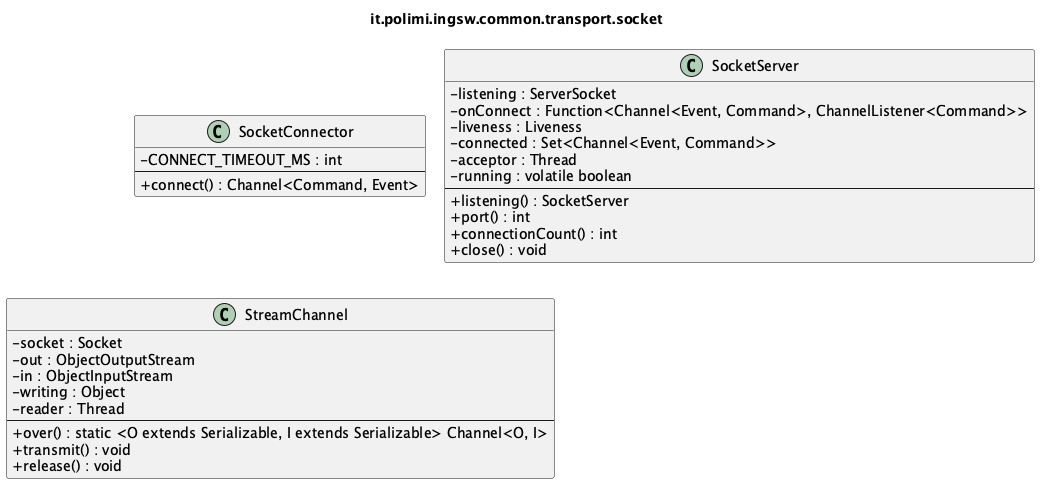
Before: docs/uml/detailed/it_polimi_ingsw_common_transport_socket.png, a diagram exported from PlantUML (samuelesegrini/ing-sw-2025-segrini-terribile-varricchio-zanca). Source of this version:
```plantuml
@startuml it_polimi_ingsw_common_transport_socket
!pragma layout smetana
skinparam shadowing false
skinparam classAttributeIconSize 0
title it.polimi.ingsw.common.transport.socket

class SocketConnector {
  -CONNECT_TIMEOUT_MS : int
  --
  +connect() : Channel<Command, Event>
}
class SocketServer {
  -listening : ServerSocket
  -onConnect : Function<Channel<Event, Command>, ChannelListener<Command>>
  -liveness : Liveness
  -connected : Set<Channel<Event, Command>>
  -acceptor : Thread
  -running : volatile boolean
  --
  +listening() : SocketServer
  +port() : int
  +connectionCount() : int
  +close() : void
}
class StreamChannel {
  -socket : Socket
  -out : ObjectOutputStream
  -in : ObjectInputStream
  -writing : Object
  -reader : Thread
  --
  +over() : static <O extends Serializable, I extends Serializable> Channel<O, I>
  +transmit() : void
  +release() : void
}

@enduml
```
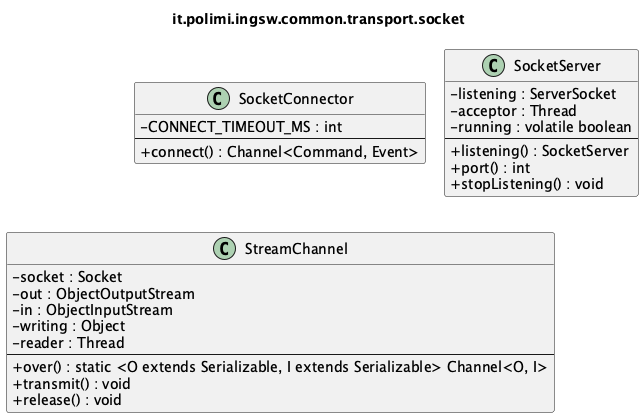
Later version of the same file.

The edit, as a diff of the source:
```diff
@@ -11,16 +11,12 @@
 }
 class SocketServer {
   -listening : ServerSocket
-  -onConnect : Function<Channel<Event, Command>, ChannelListener<Command>>
-  -liveness : Liveness
-  -connected : Set<Channel<Event, Command>>
   -acceptor : Thread
   -running : volatile boolean
   --
   +listening() : SocketServer
   +port() : int
-  +connectionCount() : int
-  +close() : void
+  +stopListening() : void
 }
 class StreamChannel {
   -socket : Socket
```
